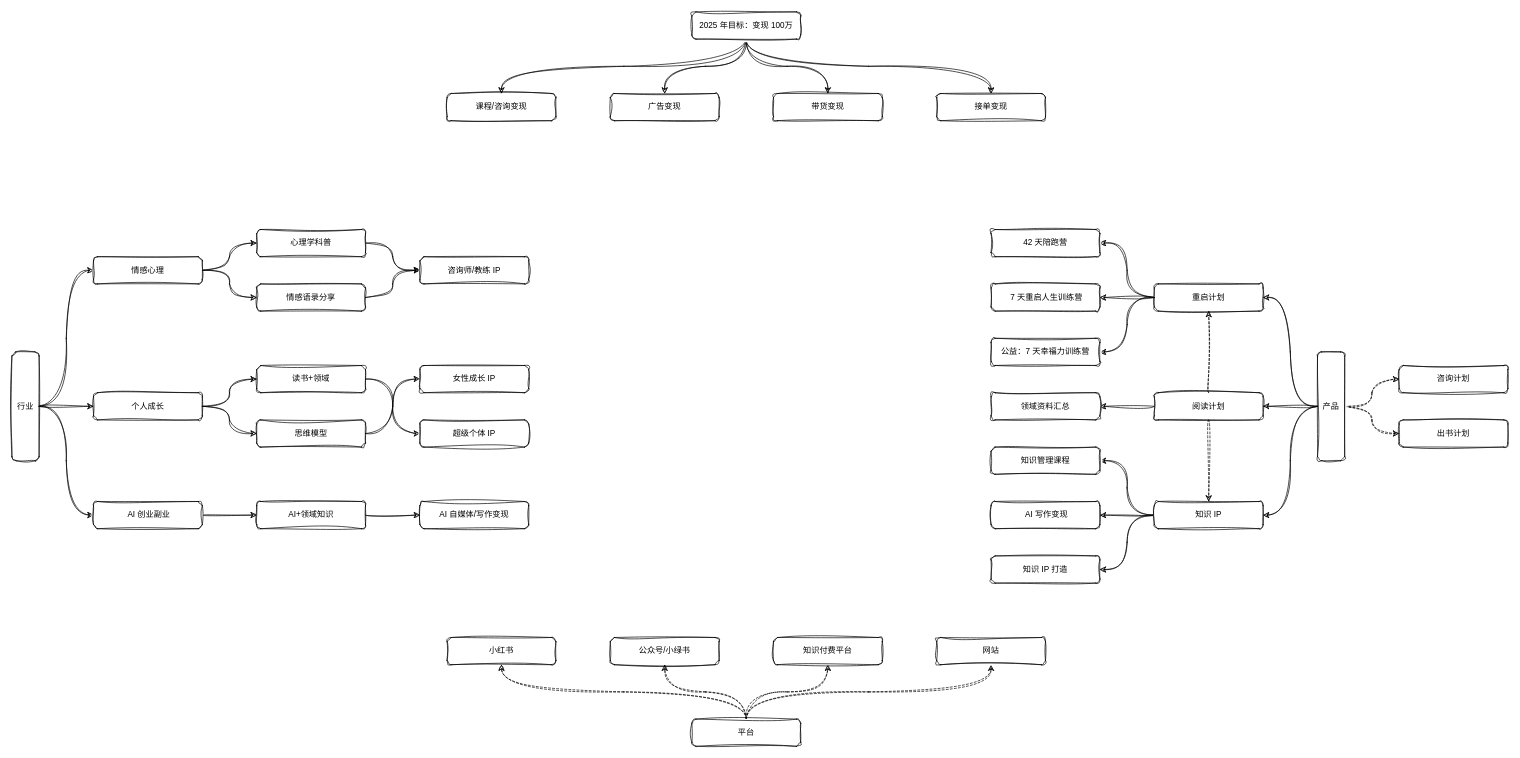
youyusan/life_system keeps this draw.io diagram as 2025 年目标管理.drawio. Above is the earlier version. Source tidied: cells renumbered, new cells numbered last; positions are measured from the earlier drawing's top-left corner, leaving out a move shared by most shapes. Both pictures are drawn from the tidied source at 68%, with x=0, y=0 at pixel (12, 12).
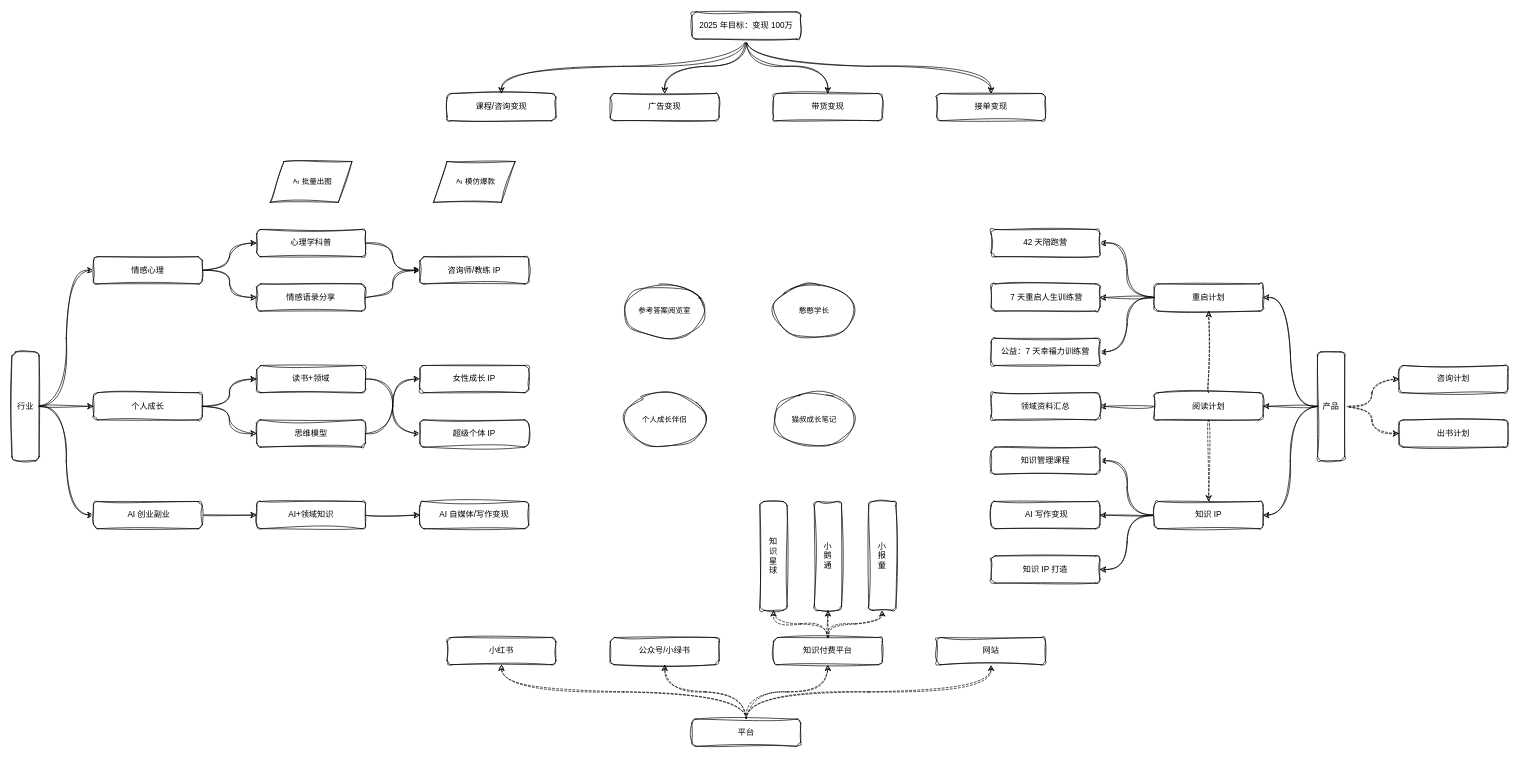
Above is the later version.

Commit message (it also covers changes not shown here):
更新2025 年目标管理.drawio

The change refers to these unchanged cells:
```xml
<mxCell id="69" value="知识付费平台" style="rounded=1;whiteSpace=wrap;html=1;sketch=1;curveFitting=1;jiggle=2;" parent="1" vertex="1">
  <mxGeometry x="1120" y="920" width="160" height="40" as="geometry" />
</mxCell>
```

Diff of the diagram source:
```diff
@@
+    <mxCell id="73" style="edgeStyle=orthogonalEdgeStyle;shape=connector;curved=1;rounded=0;sketch=1;hachureGap=4;jiggle=2;curveFitting=1;jettySize=auto;html=1;entryX=0.5;entryY=1;entryDx=0;entryDy=0;dashed=1;strokeColor=default;align=center;verticalAlign=middle;fontFamily=Architects Daughter;fontSize=11;fontColor=default;labelBackgroundColor=default;endArrow=classic;" parent="1" edge="1" source="69" target="82">
+      <mxGeometry relative="1" as="geometry" />
+    </mxCell>
+    <mxCell id="74" style="edgeStyle=orthogonalEdgeStyle;shape=connector;curved=1;rounded=0;sketch=1;hachureGap=4;jiggle=2;curveFitting=1;jettySize=auto;html=1;dashed=1;strokeColor=default;align=center;verticalAlign=middle;fontFamily=Architects Daughter;fontSize=11;fontColor=default;labelBackgroundColor=default;endArrow=classic;" parent="1" edge="1" source="69" target="84">
+      <mxGeometry relative="1" as="geometry" />
+    </mxCell>
+    <mxCell id="75" style="edgeStyle=orthogonalEdgeStyle;shape=connector;curved=1;rounded=0;sketch=1;hachureGap=4;jiggle=2;curveFitting=1;jettySize=auto;html=1;entryX=0.5;entryY=1;entryDx=0;entryDy=0;dashed=1;strokeColor=default;align=center;verticalAlign=middle;fontFamily=Architects Daughter;fontSize=11;fontColor=default;labelBackgroundColor=default;endArrow=classic;" parent="1" edge="1" source="69" target="83">
+      <mxGeometry relative="1" as="geometry" />
+    </mxCell>
@@
+    <mxCell id="76" value="&lt;span style=&quot;font-kerning: none;&quot; class=&quot;OYPEnA font-feature-liga-off font-feature-clig-off font-feature-calt-off text-decoration-none text-strikethrough-none&quot;&gt;&lt;font style=&quot;color: rgb(0, 0, 0);&quot;&gt;参考答案阅览室&lt;/font&gt;&lt;/span&gt;" style="ellipse;whiteSpace=wrap;html=1;sketch=1;hachureGap=4;jiggle=2;curveFitting=1;fontFamily=Architects Daughter;fontSize=11;fontColor=default;labelBackgroundColor=default;" parent="1" vertex="1">
+      <mxGeometry x="900" y="400" width="120" height="80" as="geometry" />
+    </mxCell>
+    <mxCell id="77" value="憨憨学长" style="ellipse;whiteSpace=wrap;html=1;sketch=1;hachureGap=4;jiggle=2;curveFitting=1;fontFamily=Architects Daughter;fontSize=11;fontColor=default;labelBackgroundColor=default;" parent="1" vertex="1">
+      <mxGeometry x="1120" y="400" width="120" height="80" as="geometry" />
+    </mxCell>
+    <mxCell id="78" value="&lt;span style=&quot;font-kerning: none;&quot; class=&quot;OYPEnA font-feature-liga-off font-feature-clig-off font-feature-calt-off text-decoration-none text-strikethrough-none&quot;&gt;&lt;font style=&quot;color: rgb(0, 0, 0);&quot;&gt;个人成长伴侣&lt;/font&gt;&lt;/span&gt;" style="ellipse;whiteSpace=wrap;html=1;sketch=1;hachureGap=4;jiggle=2;curveFitting=1;fontFamily=Architects Daughter;fontSize=11;fontColor=default;labelBackgroundColor=default;" parent="1" vertex="1">
+      <mxGeometry x="900" y="560" width="120" height="80" as="geometry" />
+    </mxCell>
+    <mxCell id="79" value="猫叔成长笔记" style="ellipse;whiteSpace=wrap;html=1;sketch=1;hachureGap=4;jiggle=2;curveFitting=1;fontFamily=Architects Daughter;fontSize=11;fontColor=default;labelBackgroundColor=default;" parent="1" vertex="1">
+      <mxGeometry x="1120" y="560" width="120" height="80" as="geometry" />
+    </mxCell>
+    <mxCell id="80" value="&amp;nbsp;AI 批量出图" style="shape=parallelogram;perimeter=parallelogramPerimeter;whiteSpace=wrap;html=1;fixedSize=1;sketch=1;hachureGap=4;jiggle=2;curveFitting=1;fontFamily=Architects Daughter;fontSize=11;fontColor=default;labelBackgroundColor=default;" parent="1" vertex="1">
+      <mxGeometry x="380" y="220" width="120" height="60" as="geometry" />
+    </mxCell>
+    <mxCell id="81" value="&amp;nbsp;AI 模仿爆款" style="shape=parallelogram;perimeter=parallelogramPerimeter;whiteSpace=wrap;html=1;fixedSize=1;sketch=1;hachureGap=4;jiggle=2;curveFitting=1;fontFamily=Architects Daughter;fontSize=11;fontColor=default;labelBackgroundColor=default;" parent="1" vertex="1">
+      <mxGeometry x="620" y="220" width="120" height="60" as="geometry" />
+    </mxCell>
+    <mxCell id="82" value="知&lt;div&gt;识&lt;/div&gt;&lt;div&gt;星&lt;/div&gt;&lt;div&gt;球&lt;/div&gt;" style="rounded=1;whiteSpace=wrap;html=1;sketch=1;curveFitting=1;jiggle=2;" parent="1" vertex="1">
+      <mxGeometry x="1100" y="720" width="40" height="160" as="geometry" />
+    </mxCell>
+    <mxCell id="83" value="小&lt;div&gt;报&lt;/div&gt;&lt;div&gt;童&lt;/div&gt;" style="rounded=1;whiteSpace=wrap;html=1;sketch=1;curveFitting=1;jiggle=2;" parent="1" vertex="1">
+      <mxGeometry x="1260" y="720" width="40" height="160" as="geometry" />
+    </mxCell>
+    <mxCell id="84" value="小&lt;div&gt;鹅&lt;/div&gt;&lt;div&gt;通&lt;/div&gt;" style="rounded=1;whiteSpace=wrap;html=1;sketch=1;curveFitting=1;jiggle=2;" parent="1" vertex="1">
+      <mxGeometry x="1180" y="720" width="40" height="160" as="geometry" />
+    </mxCell>
```
